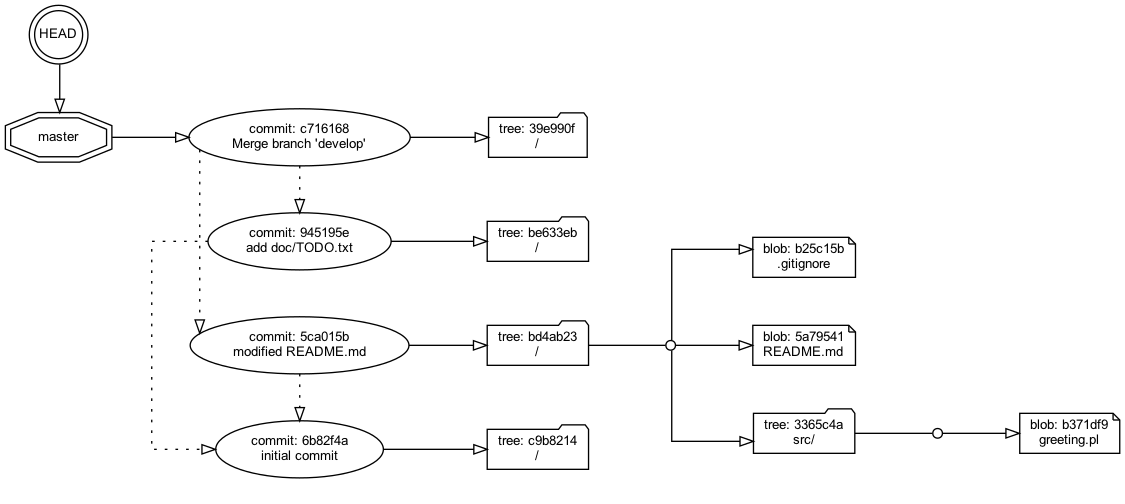
Above: work/dessin.png in kazurayam/kazurayam-git-repository-visitor (Graphviz), before the change. Its source is kept beside it as work/dessin.dot.
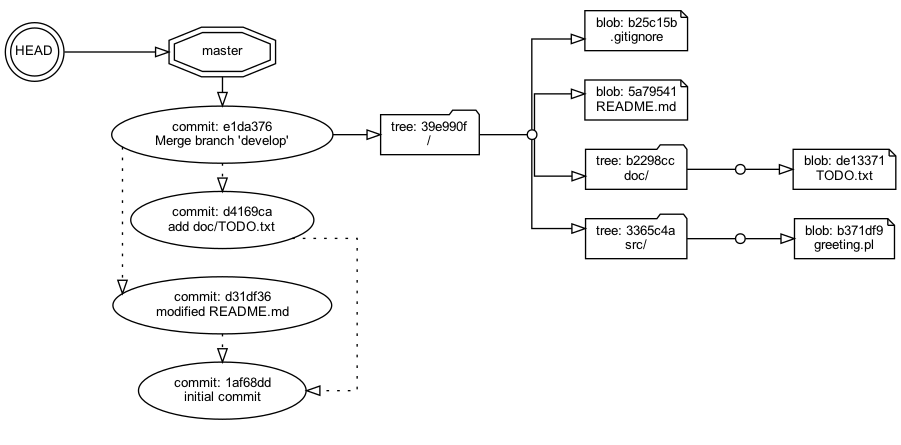
Later version of the same file.

Commit message:
include the node of branch name within the cluster of commit nodes

Change to the diagram source:
```diff
@@ -1,71 +1,66 @@
 digraph main {
 	node [fillcolor=white fontname=arial fontsize=10 height=0.3 shape=note style=filled]
 	edge [arrowhead=onormal constraint=true fontname=arial fontsize=10]
-	graph [layout=dot nodesep=0.5 rank=max rankdir=LR ranksep=0.8 splines=ortho]
+	graph [layout=dot nodesep=0.3 rank=max rankdir=LR ranksep=0.5 splines=ortho]
 	HEAD [label=HEAD fixedsize=true shape=doublecircle width=0.5]
 	master [label=master shape=doubleoctagon width=0.3]
-	master -> c7161686601c6fa8cd76bd20f8209e0d483e85c3 [constraint=true minlen=1 weight=10]
-
-	c7161686601c6fa8cd76bd20f8209e0d483e85c3 [label="commit: c716168
+	master -> e1da37634cde82a405719ba230a8f79bca2bfb69 [constraint=false minlen=1 weight=2]
+	e1da37634cde82a405719ba230a8f79bca2bfb69 [label="commit: e1da376
 Merge branch 'develop'" shape=ellipse]
-	c7161686601c6fa8cd76bd20f8209e0d483e85c3 -> c716168_39e990f [weight=2]
-	c716168_39e990f [label="tree: 39e990f
+	e1da37634cde82a405719ba230a8f79bca2bfb69 -> e1da376_39e990f [weight=2]
+	e1da376_39e990f [label="tree: 39e990f
 /" shape=folder]
-
-
-	"945195ef39a48f726cd3a5bdfbe873fcba7b0c34" [label="commit: 945195e
-add doc/TODO.txt" shape=ellipse]
-	"945195ef39a48f726cd3a5bdfbe873fcba7b0c34" -> "945195e_be633eb" [weight=2]
-	"945195e_be633eb" [label="tree: be633eb
-/" shape=folder]
+	e1da376_39e990f__ [shape=point width=0.1]
+	e1da376_39e990f -> e1da376_39e990f__ [arrowhead=none weight=4]
+	e1da376_b25c15b [label="blob: b25c15b
+.gitignore"]
+	e1da376_39e990f__ -> e1da376_b25c15b
+	e1da376_5a79541 [label="blob: 5a79541
+README.md"]
+	e1da376_39e990f__ -> e1da376_5a79541
+	e1da376_b2298cc [label="tree: b2298cc
+doc/" shape=folder]
+	e1da376_b2298cc__ [shape=point width=0.1]
+	e1da376_b2298cc -> e1da376_b2298cc__ [arrowhead=none weight=4]
+	e1da376_de13371 [label="blob: de13371
+TODO.txt"]
+	e1da376_b2298cc__ -> e1da376_de13371
+	e1da376_39e990f__ -> e1da376_b2298cc
+	e1da376_3365c4a [label="tree: 3365c4a
+src/" shape=folder]
+	e1da376_3365c4a__ [shape=point width=0.1]
+	e1da376_3365c4a -> e1da376_3365c4a__ [arrowhead=none weight=4]
+	e1da376_b371df9 [label="blob: b371df9
+greeting.pl"]
+	e1da376_3365c4a__ -> e1da376_b371df9
+	e1da376_39e990f__ -> e1da376_3365c4a
 
 
 
 
-	"5ca015b0ea774ecc6beb18848dd4dbff787a6852" [label="commit: 5ca015b
+	d4169cadd46b33a133f23c652e221a04cd8c8aea [label="commit: d4169ca
+add doc/TODO.txt" shape=ellipse]
+
+	d31df362a4482f3ca88fbad9e02d3a3462b12030 [label="commit: d31df36
 modified README.md" shape=ellipse]
-	"5ca015b0ea774ecc6beb18848dd4dbff787a6852" -> "5ca015b_bd4ab23" [weight=2]
-	"5ca015b_bd4ab23" [label="tree: bd4ab23
-/" shape=folder]
-	"5ca015b_bd4ab23__" [shape=point width=0.1]
-	"5ca015b_bd4ab23" -> "5ca015b_bd4ab23__" [arrowhead=none weight=4]
-	"5ca015b_b25c15b" [label="blob: b25c15b
-.gitignore"]
-	"5ca015b_bd4ab23__" -> "5ca015b_b25c15b"
-	"5ca015b_5a79541" [label="blob: 5a79541
-README.md"]
-	"5ca015b_bd4ab23__" -> "5ca015b_5a79541"
-	"5ca015b_3365c4a" [label="tree: 3365c4a
-src/" shape=folder]
-	"5ca015b_3365c4a__" [shape=point width=0.1]
-	"5ca015b_3365c4a" -> "5ca015b_3365c4a__" [arrowhead=none weight=4]
-	"5ca015b_b371df9" [label="blob: b371df9
-greeting.pl"]
-	"5ca015b_3365c4a__" -> "5ca015b_b371df9"
-	"5ca015b_bd4ab23__" -> "5ca015b_3365c4a"
+
+	"1af68ddd238033b91aec7137f4d924187f23d12e" [label="commit: 1af68dd
+initial commit" shape=ellipse]
 
 
-	"6b82f4a25697fcf833de3a0bc355e5cfcea6cc10" [label="commit: 6b82f4a
-initial commit" shape=ellipse]
-	"6b82f4a25697fcf833de3a0bc355e5cfcea6cc10" -> "6b82f4a_c9b8214" [weight=2]
-	"6b82f4a_c9b8214" [label="tree: c9b8214
-/" shape=folder]
+	e1da37634cde82a405719ba230a8f79bca2bfb69 -> d31df362a4482f3ca88fbad9e02d3a3462b12030 [constraint=false style=dotted weight=0]
+	d31df362a4482f3ca88fbad9e02d3a3462b12030 -> "1af68ddd238033b91aec7137f4d924187f23d12e" [constraint=false style=dotted weight=0]
+    d4169cadd46b33a133f23c652e221a04cd8c8aea -> "1af68ddd238033b91aec7137f4d924187f23d12e" [constraint=false style=dotted weight=0]
+	e1da37634cde82a405719ba230a8f79bca2bfb69 -> d4169cadd46b33a133f23c652e221a04cd8c8aea [constraint=false style=dotted weight=0]
 
-	"945195ef39a48f726cd3a5bdfbe873fcba7b0c34" -> "6b82f4a25697fcf833de3a0bc355e5cfcea6cc10" [constraint=false style=dotted weight=0]
-	c7161686601c6fa8cd76bd20f8209e0d483e85c3 -> "945195ef39a48f726cd3a5bdfbe873fcba7b0c34" [constraint=false style=dotted weight=0]
+	subgraph cluster_commits {
+		graph [color=white]
+		master
+		e1da37634cde82a405719ba230a8f79bca2bfb69
+		d4169cadd46b33a133f23c652e221a04cd8c8aea
+		d31df362a4482f3ca88fbad9e02d3a3462b12030
+		"1af68ddd238033b91aec7137f4d924187f23d12e"
 
-	"5ca015b0ea774ecc6beb18848dd4dbff787a6852" -> "6b82f4a25697fcf833de3a0bc355e5cfcea6cc10" [constraint=false style=dotted weight=0]
-	c7161686601c6fa8cd76bd20f8209e0d483e85c3 -> "5ca015b0ea774ecc6beb18848dd4dbff787a6852" [constraint=false style=dotted weight=0]
-
-    HEAD -> master [constraint=false minlen=1]
-
-    subgraph cluster_commits {
-    color=white;
-	c7161686601c6fa8cd76bd20f8209e0d483e85c3
-	"6b82f4a25697fcf833de3a0bc355e5cfcea6cc10"
-    	"945195ef39a48f726cd3a5bdfbe873fcba7b0c34"
-	"5ca015b0ea774ecc6beb18848dd4dbff787a6852"
-    }
-
-
+	}
+	HEAD -> master [constraint=true minlen=1]
 }
```
